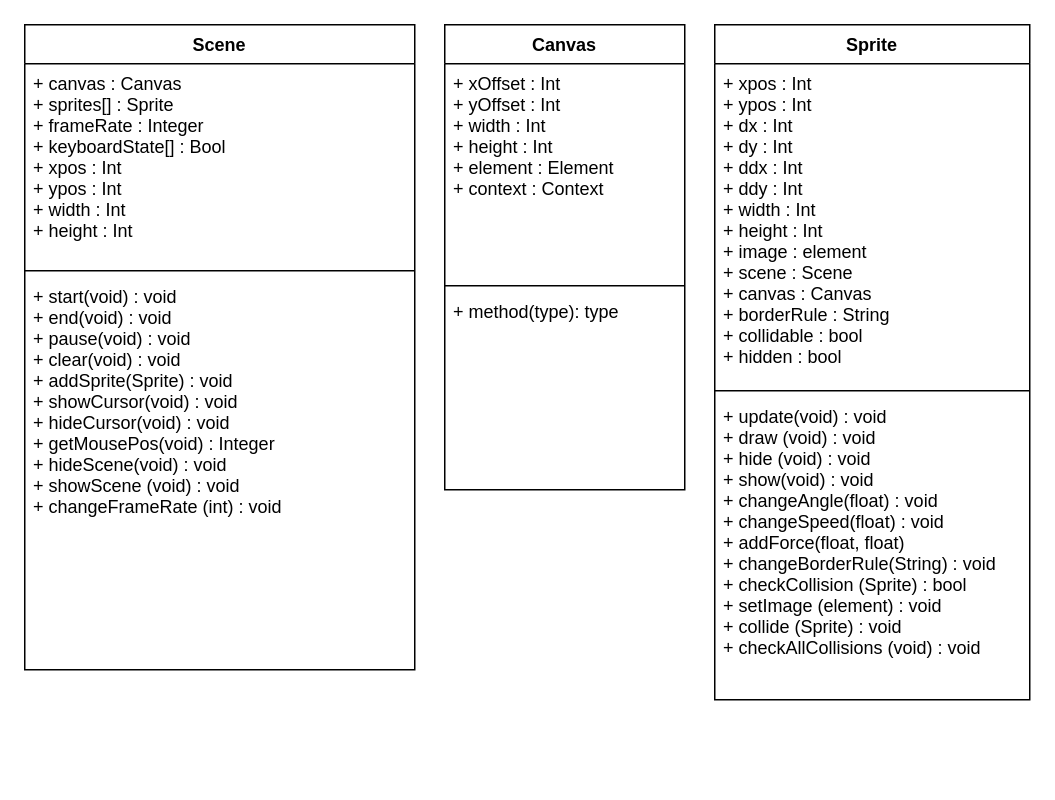
Earlier version of the draw.io diagram OOD.drawio (peymathi/html-canvas-engine). Source tidied: cells renumbered, new cells numbered last; positions are measured from the earlier drawing's top-left corner, leaving out a move shared by most shapes. Both pictures are drawn from the tidied source at 150%, with x=0, y=0 at pixel (24, 24).
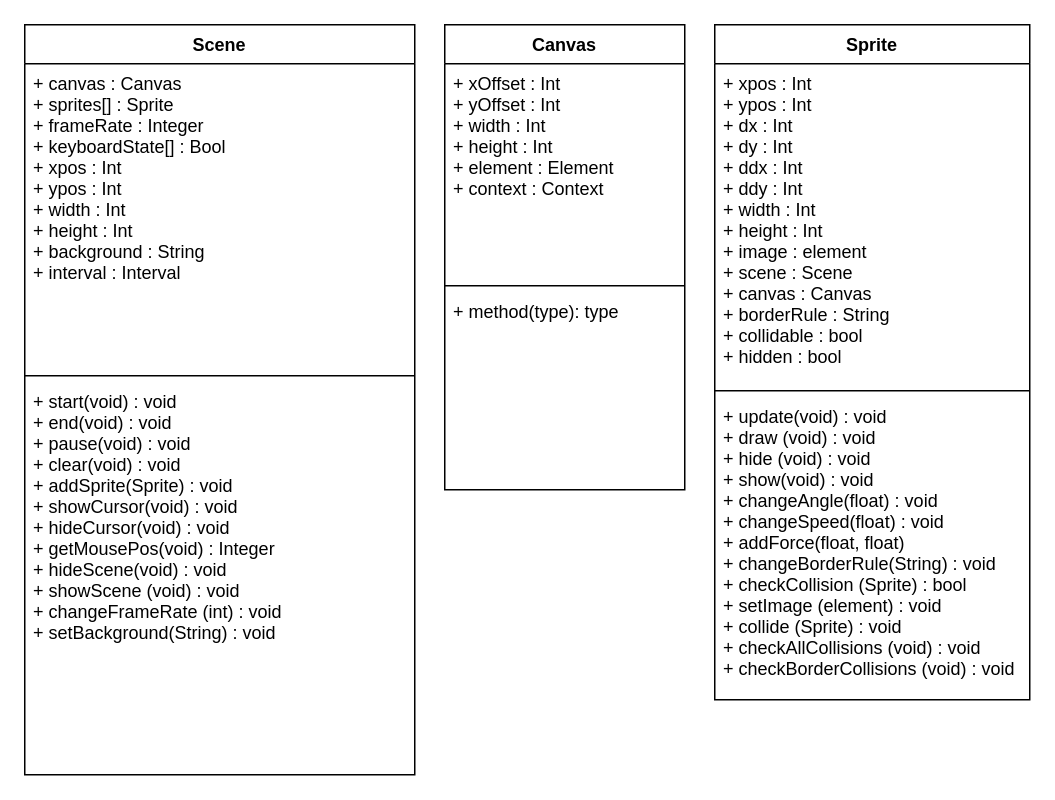
After the change.

The edit, as a diff of the source:
```diff
@@
 <mxGraphModel>
   <root>
     <mxCell id="0" />
     <mxCell id="1" parent="0" />
     <mxCell id="2" value="Scene" style="swimlane;fontStyle=1;align=center;verticalAlign=top;horizontal=1;startSize=26;" parent="1" vertex="1">
-      <mxGeometry width="260" height="430" as="geometry" />
+      <mxGeometry width="260" height="500" as="geometry" />
     </mxCell>
-    <mxCell id="3" value="+ canvas : Canvas&#10;+ sprites[] : Sprite&#10;+ frameRate : Integer&#10;+ keyboardState[] : Bool&#10;+ xpos : Int&#10;+ ypos : Int&#10;+ width : Int&#10;+ height : Int&#10;" style="text;strokeColor=none;fillColor=none;align=left;verticalAlign=top;spacingLeft=4;spacingRight=4;overflow=hidden;" parent="2" vertex="1">
-      <mxGeometry y="26" width="260" height="134" as="geometry" />
+    <mxCell id="3" value="+ canvas : Canvas&#10;+ sprites[] : Sprite&#10;+ frameRate : Integer&#10;+ keyboardState[] : Bool&#10;+ xpos : Int&#10;+ ypos : Int&#10;+ width : Int&#10;+ height : Int&#10;+ background : String&#10;+ interval : Interval&#10;" style="text;strokeColor=none;fillColor=none;align=left;verticalAlign=top;spacingLeft=4;spacingRight=4;overflow=hidden;" parent="2" vertex="1">
+      <mxGeometry y="26" width="260" height="204" as="geometry" />
     </mxCell>
     <mxCell id="4" style="line;strokeWidth=1;fillColor=none;align=left;verticalAlign=middle;spacingTop=-1;spacingLeft=3;spacingRight=3;labelPosition=right;" parent="2" vertex="1">
-      <mxGeometry y="160" width="260" height="8" as="geometry" />
+      <mxGeometry y="230" width="260" height="8" as="geometry" />
     </mxCell>
-    <mxCell id="5" value="+ start(void) : void&#10;+ end(void) : void&#10;+ pause(void) : void&#10;+ clear(void) : void&#10;+ addSprite(Sprite) : void&#10;+ showCursor(void) : void&#10;+ hideCursor(void) : void&#10;+ getMousePos(void) : Integer&#10;+ hideScene(void) : void&#10;+ showScene (void) : void&#10;+ changeFrameRate (int) : void&#10;&#10;&#10;&#10;" style="text;strokeColor=none;fillColor=none;align=left;verticalAlign=top;spacingLeft=4;spacingRight=4;overflow=hidden;" parent="2" vertex="1">
-      <mxGeometry y="168" width="260" height="262" as="geometry" />
+    <mxCell id="5" value="+ start(void) : void&#10;+ end(void) : void&#10;+ pause(void) : void&#10;+ clear(void) : void&#10;+ addSprite(Sprite) : void&#10;+ showCursor(void) : void&#10;+ hideCursor(void) : void&#10;+ getMousePos(void) : Integer&#10;+ hideScene(void) : void&#10;+ showScene (void) : void&#10;+ changeFrameRate (int) : void&#10;+ setBackground(String) : void&#10;" style="text;strokeColor=none;fillColor=none;align=left;verticalAlign=top;spacingLeft=4;spacingRight=4;overflow=hidden;" parent="2" vertex="1">
+      <mxGeometry y="238" width="260" height="262" as="geometry" />
     </mxCell>
     <mxCell id="6" value="Canvas" style="swimlane;fontStyle=1;align=center;verticalAlign=top;horizontal=1;startSize=26;" parent="1" vertex="1">
       <mxGeometry x="280" width="160" height="310" as="geometry" />
     </mxCell>
     <mxCell id="7" value="+ xOffset : Int&#10;+ yOffset : Int&#10;+ width : Int&#10;+ height : Int&#10;+ element : Element&#10;+ context : Context&#10;&#10;" style="text;strokeColor=none;fillColor=none;align=left;verticalAlign=top;spacingLeft=4;spacingRight=4;overflow=hidden;" parent="6" vertex="1">
       <mxGeometry y="26" width="160" height="144" as="geometry" />
     </mxCell>
     <mxCell id="8" style="line;strokeWidth=1;fillColor=none;align=left;verticalAlign=middle;spacingTop=-1;spacingLeft=3;spacingRight=3;labelPosition=right;" parent="6" vertex="1">
       <mxGeometry y="170" width="160" height="8" as="geometry" />
     </mxCell>
     <mxCell id="9" value="+ method(type): type" style="text;strokeColor=none;fillColor=none;align=left;verticalAlign=top;spacingLeft=4;spacingRight=4;overflow=hidden;" parent="6" vertex="1">
       <mxGeometry y="178" width="160" height="132" as="geometry" />
     </mxCell>
     <mxCell id="10" value="Sprite" style="swimlane;fontStyle=1;align=center;verticalAlign=top;horizontal=1;startSize=26;" parent="1" vertex="1">
       <mxGeometry x="460" width="210" height="450" as="geometry" />
     </mxCell>
     <mxCell id="11" value="+ xpos : Int&#10;+ ypos : Int&#10;+ dx : Int&#10;+ dy : Int&#10;+ ddx : Int&#10;+ ddy : Int&#10;+ width : Int&#10;+ height : Int&#10;+ image : element&#10;+ scene : Scene&#10;+ canvas : Canvas&#10;+ borderRule : String&#10;+ collidable : bool&#10;+ hidden : bool&#10;&#10;" style="text;strokeColor=none;fillColor=none;align=left;verticalAlign=top;spacingLeft=4;spacingRight=4;overflow=hidden;" parent="10" vertex="1">
       <mxGeometry y="26" width="210" height="214" as="geometry" />
     </mxCell>
     <mxCell id="12" style="line;strokeWidth=1;fillColor=none;align=left;verticalAlign=middle;spacingTop=-1;spacingLeft=3;spacingRight=3;labelPosition=right;" parent="10" vertex="1">
       <mxGeometry y="240" width="210" height="8" as="geometry" />
     </mxCell>
-    <mxCell id="13" value="+ update(void) : void&#10;+ draw (void) : void&#10;+ hide (void) : void&#10;+ show(void) : void&#10;+ changeAngle(float) : void&#10;+ changeSpeed(float) : void&#10;+ addForce(float, float)&#10;+ changeBorderRule(String) : void&#10;+ checkCollision (Sprite) : bool&#10;+ setImage (element) : void&#10;+ collide (Sprite) : void&#10;+ checkAllCollisions (void) : void&#10;&#10;" style="text;strokeColor=none;fillColor=none;align=left;verticalAlign=top;spacingLeft=4;spacingRight=4;overflow=hidden;" parent="10" vertex="1">
+    <mxCell id="13" value="+ update(void) : void&#10;+ draw (void) : void&#10;+ hide (void) : void&#10;+ show(void) : void&#10;+ changeAngle(float) : void&#10;+ changeSpeed(float) : void&#10;+ addForce(float, float)&#10;+ changeBorderRule(String) : void&#10;+ checkCollision (Sprite) : bool&#10;+ setImage (element) : void&#10;+ collide (Sprite) : void&#10;+ checkAllCollisions (void) : void&#10;+ checkBorderCollisions (void) : void&#10;&#10;" style="text;strokeColor=none;fillColor=none;align=left;verticalAlign=top;spacingLeft=4;spacingRight=4;overflow=hidden;" parent="10" vertex="1">
       <mxGeometry y="248" width="210" height="202" as="geometry" />
     </mxCell>
   </root>
 </mxGraphModel>
```
